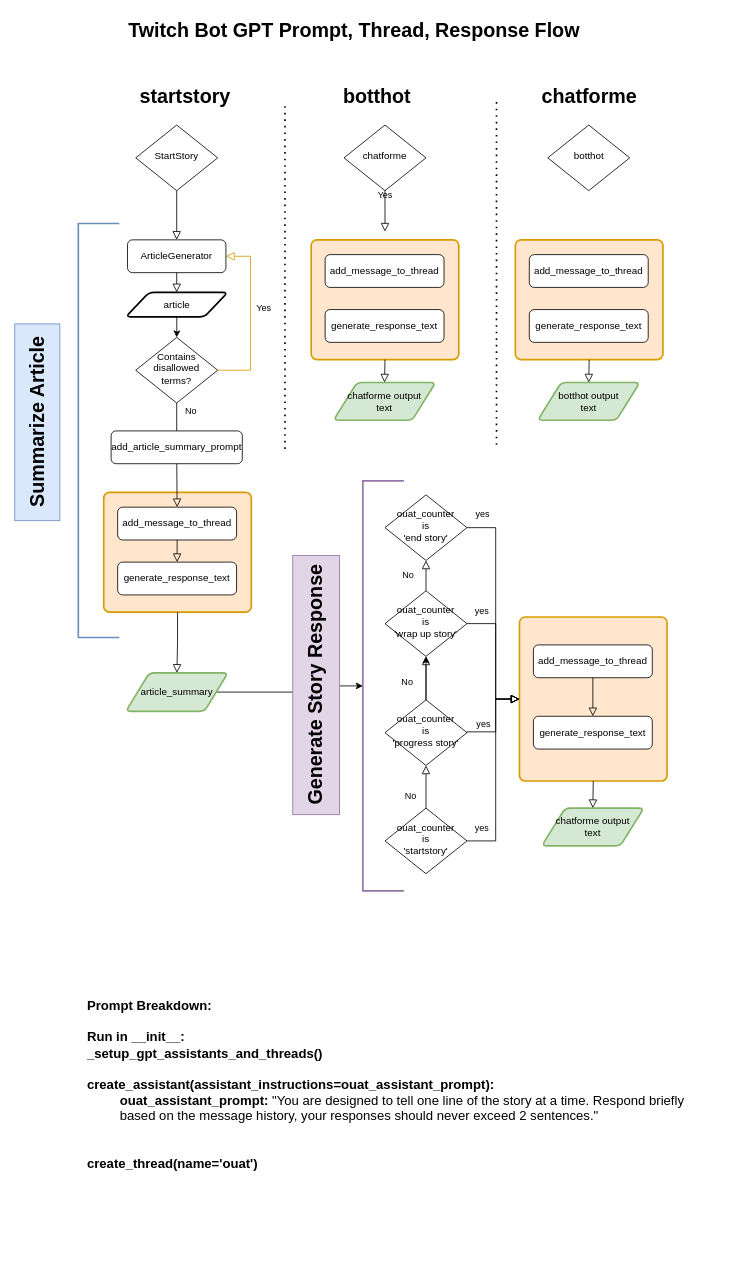
The draw.io diagram page "prompt-flow" (1 of 2) of readme/diagrams/prompt-thread-response-flow.drawio in hitch-co/chatzilla_ai, before the edit. Source tidied: cells renumbered, new cells numbered last; positions are measured from the earlier drawing's top-left corner, leaving out a move shared by most shapes. Both pictures are drawn from the tidied source at 82%, with x=0, y=0 at pixel (-61, 14).
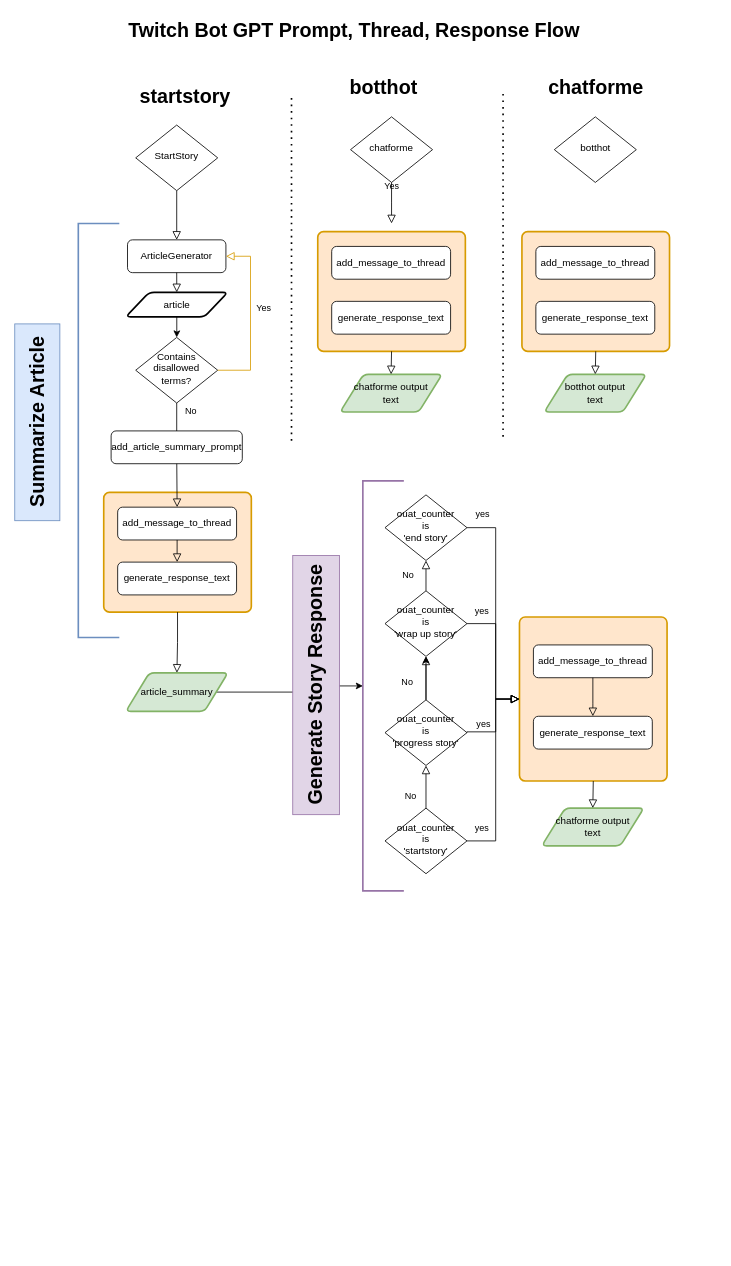
Above is the later version.

Diff of the diagram source:
```diff
@@
     <mxCell id="7" value="chatforme" style="rhombus;whiteSpace=wrap;html=1;shadow=0;fontFamily=Helvetica;fontSize=12;align=center;strokeWidth=1;spacing=6;spacingTop=-4;" parent="1" vertex="1">
-      <mxGeometry x="494" y="135" width="100" height="80" as="geometry" />
+      <mxGeometry x="502" y="125" width="100" height="80" as="geometry" />
     </mxCell>
     <mxCell id="8" value="Yes" style="rounded=0;html=1;jettySize=auto;fontSize=11;endArrow=block;endFill=0;endSize=8;strokeWidth=1;shadow=0;labelBackgroundColor=none;edgeStyle=orthogonalEdgeStyle;exitX=0.5;exitY=1;exitDx=0;exitDy=0;" parent="1" edge="1" source="7">
       <mxGeometry y="20" relative="1" as="geometry">
-        <mxPoint x="544" y="265" as="targetPoint" />
+        <mxPoint x="552" y="255" as="targetPoint" />
       </mxGeometry>
     </mxCell>
     <mxCell id="9" value="botthot" style="rhombus;whiteSpace=wrap;html=1;shadow=0;fontFamily=Helvetica;fontSize=12;align=center;strokeWidth=1;spacing=6;spacingTop=-4;" parent="1" vertex="1">
-      <mxGeometry x="742.5" y="135" width="100" height="80" as="geometry" />
+      <mxGeometry x="750.5" y="125" width="100" height="80" as="geometry" />
     </mxCell>
@@
     <mxCell id="42" value="chatforme" style="text;strokeColor=none;fillColor=none;html=1;fontSize=24;fontStyle=1;verticalAlign=middle;align=center;" parent="1" vertex="1">
-      <mxGeometry x="742.5" y="80" width="100" height="40" as="geometry" />
+      <mxGeometry x="750.5" y="70" width="100" height="40" as="geometry" />
     </mxCell>
     <mxCell id="43" value="botthot" style="text;strokeColor=none;fillColor=none;html=1;fontSize=24;fontStyle=1;verticalAlign=middle;align=center;" parent="1" vertex="1">
-      <mxGeometry x="484" y="80" width="100" height="40" as="geometry" />
+      <mxGeometry x="492" y="70" width="100" height="40" as="geometry" />
     </mxCell>
     <mxCell id="44" style="rounded=1;whiteSpace=wrap;html=1;absoluteArcSize=1;arcSize=14;strokeWidth=2;fillColor=#ffe6cc;strokeColor=#d79b00;" parent="1" vertex="1">
-      <mxGeometry x="454" y="275" width="180" height="146" as="geometry" />
+      <mxGeometry x="462" y="265" width="180" height="146" as="geometry" />
     </mxCell>
     <mxCell id="45" value="add_message_to_thread" style="rounded=1;whiteSpace=wrap;html=1;fontSize=12;glass=0;strokeWidth=1;shadow=0;" parent="1" vertex="1">
-      <mxGeometry x="471" y="293" width="145" height="40" as="geometry" />
+      <mxGeometry x="479" y="283" width="145" height="40" as="geometry" />
     </mxCell>
     <mxCell id="46" value="generate_response_text" style="rounded=1;whiteSpace=wrap;html=1;fontSize=12;glass=0;strokeWidth=1;shadow=0;" parent="1" vertex="1">
-      <mxGeometry x="471" y="360" width="145" height="40" as="geometry" />
+      <mxGeometry x="479" y="350" width="145" height="40" as="geometry" />
     </mxCell>
     <mxCell id="47" style="rounded=1;whiteSpace=wrap;html=1;absoluteArcSize=1;arcSize=14;strokeWidth=2;fillColor=#ffe6cc;strokeColor=#d79b00;" parent="1" vertex="1">
-      <mxGeometry x="703" y="275" width="180" height="146" as="geometry" />
+      <mxGeometry x="711" y="265" width="180" height="146" as="geometry" />
     </mxCell>
     <mxCell id="48" value="add_message_to_thread" style="rounded=1;whiteSpace=wrap;html=1;fontSize=12;glass=0;strokeWidth=1;shadow=0;" parent="1" vertex="1">
-      <mxGeometry x="720" y="293" width="145" height="40" as="geometry" />
+      <mxGeometry x="728" y="283" width="145" height="40" as="geometry" />
     </mxCell>
     <mxCell id="49" value="generate_response_text" style="rounded=1;whiteSpace=wrap;html=1;fontSize=12;glass=0;strokeWidth=1;shadow=0;" parent="1" vertex="1">
-      <mxGeometry x="720" y="360" width="145" height="40" as="geometry" />
+      <mxGeometry x="728" y="350" width="145" height="40" as="geometry" />
     </mxCell>
     <mxCell id="50" value="chatforme output &lt;br&gt;text" style="shape=parallelogram;html=1;strokeWidth=2;perimeter=parallelogramPerimeter;whiteSpace=wrap;rounded=1;arcSize=12;size=0.23;fillColor=#d5e8d4;strokeColor=#82b366;" parent="1" vertex="1">
-      <mxGeometry x="481.2" y="449" width="124.5" height="46" as="geometry" />
+      <mxGeometry x="489.2" y="439" width="124.5" height="46" as="geometry" />
     </mxCell>
     <mxCell id="51" value="botthot output&lt;br&gt;text" style="shape=parallelogram;html=1;strokeWidth=2;perimeter=parallelogramPerimeter;whiteSpace=wrap;rounded=1;arcSize=12;size=0.23;fillColor=#d5e8d4;strokeColor=#82b366;" parent="1" vertex="1">
-      <mxGeometry x="730.2" y="449" width="124.5" height="46" as="geometry" />
+      <mxGeometry x="738.2" y="439" width="124.5" height="46" as="geometry" />
     </mxCell>
@@
     <mxCell id="54" style="endArrow=none;dashed=1;html=1;dashPattern=1 3;strokeWidth=2;rounded=0;" parent="1" edge="1">
       <mxGeometry relative="1" as="geometry">
-        <mxPoint x="422" y="530" as="sourcePoint" />
-        <mxPoint x="422" y="110" as="targetPoint" />
+        <mxPoint x="430" y="520" as="sourcePoint" />
+        <mxPoint x="430" y="100" as="targetPoint" />
       </mxGeometry>
     </mxCell>
     <mxCell id="55" style="endArrow=none;dashed=1;html=1;dashPattern=1 3;strokeWidth=2;rounded=0;" parent="1" edge="1">
       <mxGeometry relative="1" as="geometry">
-        <mxPoint x="680" y="525" as="sourcePoint" />
-        <mxPoint x="680" y="105" as="targetPoint" />
+        <mxPoint x="688" y="515" as="sourcePoint" />
+        <mxPoint x="688" y="95" as="targetPoint" />
       </mxGeometry>
     </mxCell>
@@
-    <mxCell id="60" value="Prompt Breakdown:&lt;br&gt;&lt;br&gt;Run in __init__:&lt;br&gt;_setup_gpt_assistants_and_threads()&lt;br&gt;&lt;br&gt;create_assistant(assistant_instructions=ouat_assistant_prompt):&lt;br&gt;&lt;blockquote style=&quot;margin: 0 0 0 40px; border: none; padding: 0px;&quot;&gt;ouat_assistant_prompt:&amp;nbsp;&lt;span style=&quot;font-weight: normal;&quot;&gt;&quot;You are designed to tell one line of the story at a time. Respond briefly based on the message history, your responses should never exceed 2 sentences.&quot;&lt;/span&gt;&lt;/blockquote&gt;&lt;br&gt;&lt;br&gt;create_thread(name='ouat')&lt;br&gt;" style="text;strokeColor=none;fillColor=none;html=1;fontSize=16;fontStyle=1;verticalAlign=middle;align=left;whiteSpace=wrap;" parent="1" vertex="1">
-      <mxGeometry x="178.8" y="1100" width="771.2" height="410" as="geometry" />
-    </mxCell>
```
